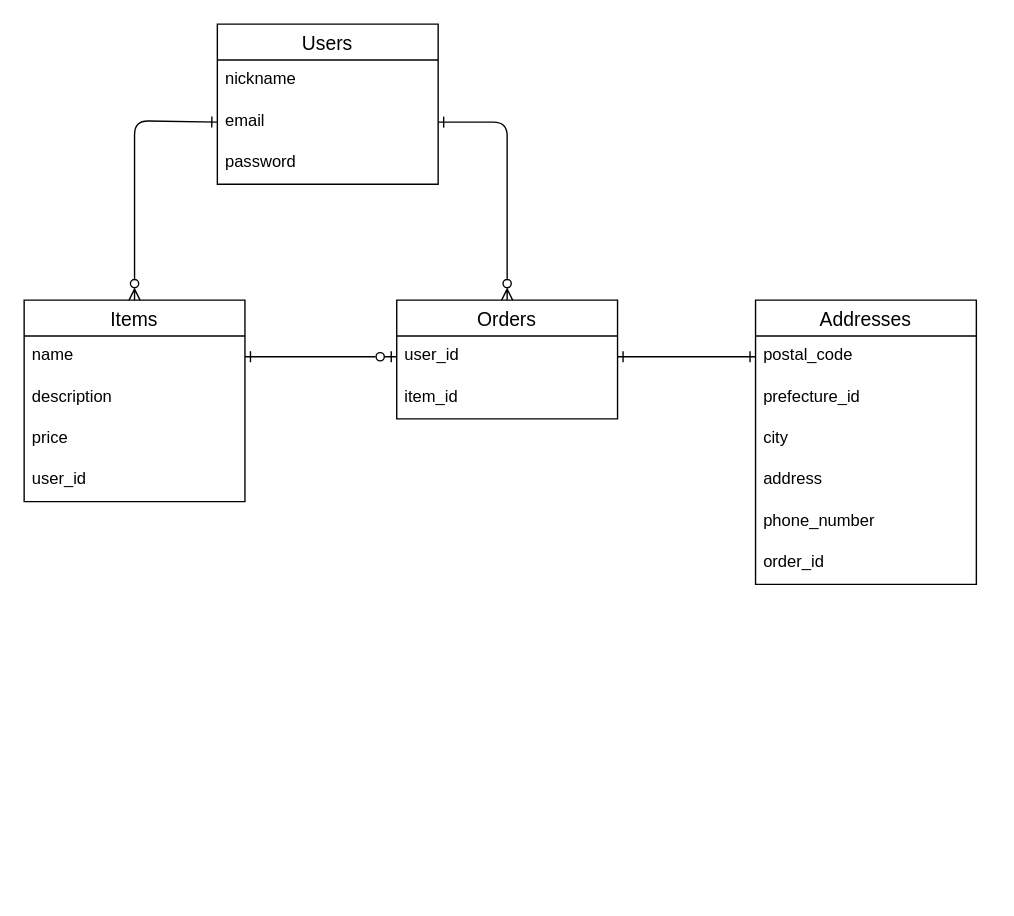
nishimura-yui/furima-030428 keeps this draw.io diagram as furima.dio. Above is the earlier version. Source tidied: cells renumbered, new cells numbered last; positions are measured from the earlier drawing's top-left corner, leaving out a move shared by most shapes. Both pictures are drawn from the tidied source at 138%, with x=0, y=0 at pixel (23, 23).
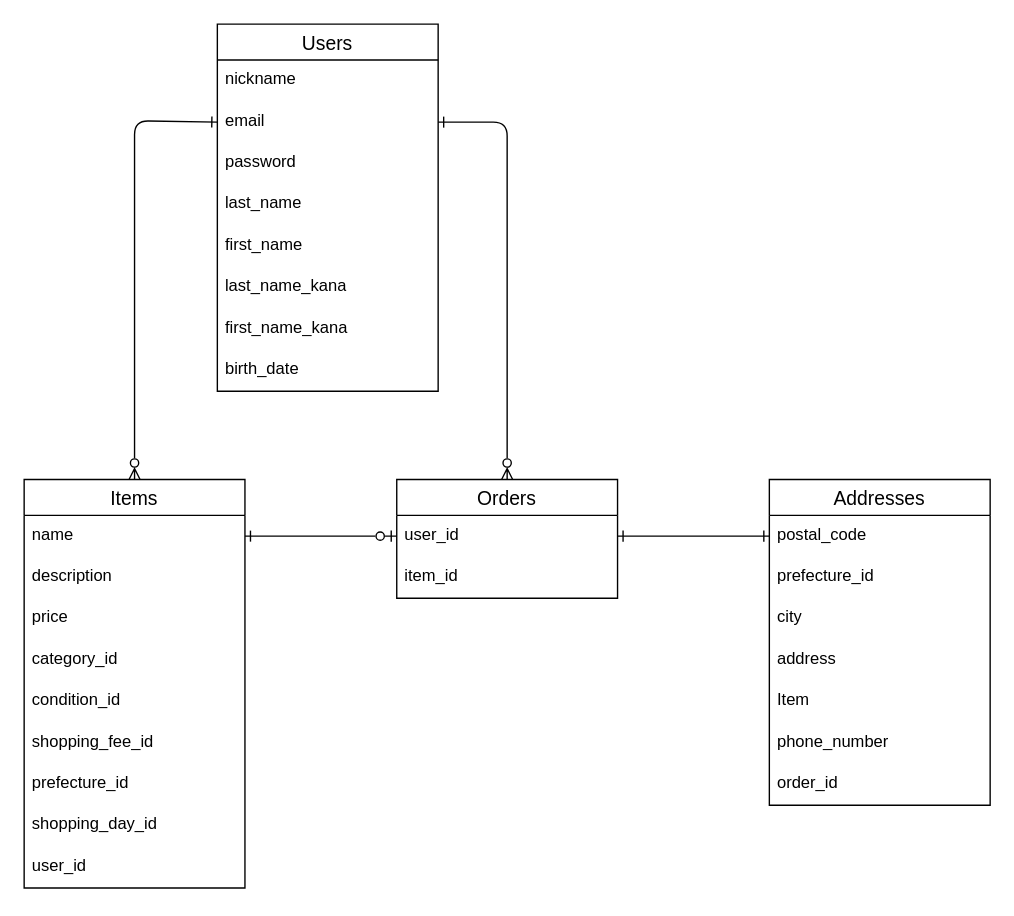
Above is the later version.

Commit message (it also covers changes not shown here):
users・items・addressesのカラムを追加

Change to the diagram source:
```diff
@@
     <mxCell id="2" value="Users" style="swimlane;fontStyle=0;horizontal=1;startSize=26;align=center;fontSize=14;" parent="1" vertex="1">
-      <mxGeometry x="140" width="160" height="116" as="geometry" />
+      <mxGeometry x="140" width="160" height="266" as="geometry" />
     </mxCell>
@@
+    <mxCell id="25" value="last_name" style="text;strokeColor=none;fillColor=none;spacingLeft=4;spacingRight=4;overflow=hidden;fontSize=12;whiteSpace=wrap;html=1;" parent="2" vertex="1">
+      <mxGeometry y="116" width="160" height="30" as="geometry" />
+    </mxCell>
+    <mxCell id="26" value="first_name" style="text;strokeColor=none;fillColor=none;spacingLeft=4;spacingRight=4;overflow=hidden;fontSize=12;whiteSpace=wrap;html=1;" parent="2" vertex="1">
+      <mxGeometry y="146" width="160" height="30" as="geometry" />
+    </mxCell>
+    <mxCell id="27" value="last_name_kana" style="text;strokeColor=none;fillColor=none;spacingLeft=4;spacingRight=4;overflow=hidden;fontSize=12;whiteSpace=wrap;html=1;" parent="2" vertex="1">
+      <mxGeometry y="176" width="160" height="30" as="geometry" />
+    </mxCell>
+    <mxCell id="28" value="first_name_kana" style="text;strokeColor=none;fillColor=none;spacingLeft=4;spacingRight=4;overflow=hidden;fontSize=12;whiteSpace=wrap;html=1;" parent="2" vertex="1">
+      <mxGeometry y="206" width="160" height="30" as="geometry" />
+    </mxCell>
+    <mxCell id="29" value="birth_date" style="text;strokeColor=none;fillColor=none;spacingLeft=4;spacingRight=4;overflow=hidden;fontSize=12;whiteSpace=wrap;html=1;" parent="2" vertex="1">
+      <mxGeometry y="236" width="160" height="30" as="geometry" />
+    </mxCell>
     <mxCell id="6" value="Items" style="swimlane;fontStyle=0;horizontal=1;startSize=26;align=center;fontSize=14;" parent="1" vertex="1">
-      <mxGeometry y="200" width="160" height="146" as="geometry" />
+      <mxGeometry y="330" width="160" height="296" as="geometry" />
     </mxCell>
@@
+    <mxCell id="30" value="category_id" style="text;strokeColor=none;fillColor=none;spacingLeft=4;spacingRight=4;overflow=hidden;fontSize=12;whiteSpace=wrap;html=1;" parent="6" vertex="1">
+      <mxGeometry y="116" width="160" height="30" as="geometry" />
+    </mxCell>
+    <mxCell id="31" value="condition_id" style="text;strokeColor=none;fillColor=none;spacingLeft=4;spacingRight=4;overflow=hidden;fontSize=12;whiteSpace=wrap;html=1;" parent="6" vertex="1">
+      <mxGeometry y="146" width="160" height="30" as="geometry" />
+    </mxCell>
+    <mxCell id="32" value="shopping_fee_id" style="text;strokeColor=none;fillColor=none;spacingLeft=4;spacingRight=4;overflow=hidden;fontSize=12;whiteSpace=wrap;html=1;" parent="6" vertex="1">
+      <mxGeometry y="176" width="160" height="30" as="geometry" />
+    </mxCell>
+    <mxCell id="33" value="prefecture_id" style="text;strokeColor=none;fillColor=none;spacingLeft=4;spacingRight=4;overflow=hidden;fontSize=12;whiteSpace=wrap;html=1;" parent="6" vertex="1">
+      <mxGeometry y="206" width="160" height="30" as="geometry" />
+    </mxCell>
+    <mxCell id="34" value="shopping_day_id" style="text;strokeColor=none;fillColor=none;spacingLeft=4;spacingRight=4;overflow=hidden;fontSize=12;whiteSpace=wrap;html=1;" parent="6" vertex="1">
+      <mxGeometry y="236" width="160" height="30" as="geometry" />
+    </mxCell>
     <mxCell id="10" value="user_id" style="text;strokeColor=none;fillColor=none;spacingLeft=4;spacingRight=4;overflow=hidden;fontSize=12;whiteSpace=wrap;html=1;" parent="6" vertex="1">
-      <mxGeometry y="116" width="160" height="30" as="geometry" />
+      <mxGeometry y="266" width="160" height="30" as="geometry" />
     </mxCell>
     <mxCell id="11" value="Orders" style="swimlane;fontStyle=0;horizontal=1;startSize=26;align=center;fontSize=14;" parent="1" vertex="1">
-      <mxGeometry x="270" y="200" width="160" height="86" as="geometry" />
+      <mxGeometry x="270" y="330" width="160" height="86" as="geometry" />
     </mxCell>
@@
     <mxCell id="14" value="Addresses" style="swimlane;fontStyle=0;horizontal=1;startSize=26;align=center;fontSize=14;" parent="1" vertex="1">
-      <mxGeometry x="530" y="200" width="160" height="206" as="geometry" />
+      <mxGeometry x="540" y="330" width="160" height="236" as="geometry" />
     </mxCell>
@@
+    <mxCell id="35" value="Item" style="text;strokeColor=none;fillColor=none;spacingLeft=4;spacingRight=4;overflow=hidden;fontSize=12;whiteSpace=wrap;html=1;" parent="14" vertex="1">
+      <mxGeometry y="146" width="160" height="30" as="geometry" />
+    </mxCell>
     <mxCell id="19" value="phone_number" style="text;strokeColor=none;fillColor=none;spacingLeft=4;spacingRight=4;overflow=hidden;fontSize=12;whiteSpace=wrap;html=1;" parent="14" vertex="1">
-      <mxGeometry y="146" width="160" height="30" as="geometry" />
+      <mxGeometry y="176" width="160" height="30" as="geometry" />
     </mxCell>
     <mxCell id="20" value="order_id" style="text;strokeColor=none;fillColor=none;spacingLeft=4;spacingRight=4;overflow=hidden;fontSize=12;whiteSpace=wrap;html=1;" parent="14" vertex="1">
-      <mxGeometry y="176" width="160" height="30" as="geometry" />
+      <mxGeometry y="206" width="160" height="30" as="geometry" />
     </mxCell>
```
